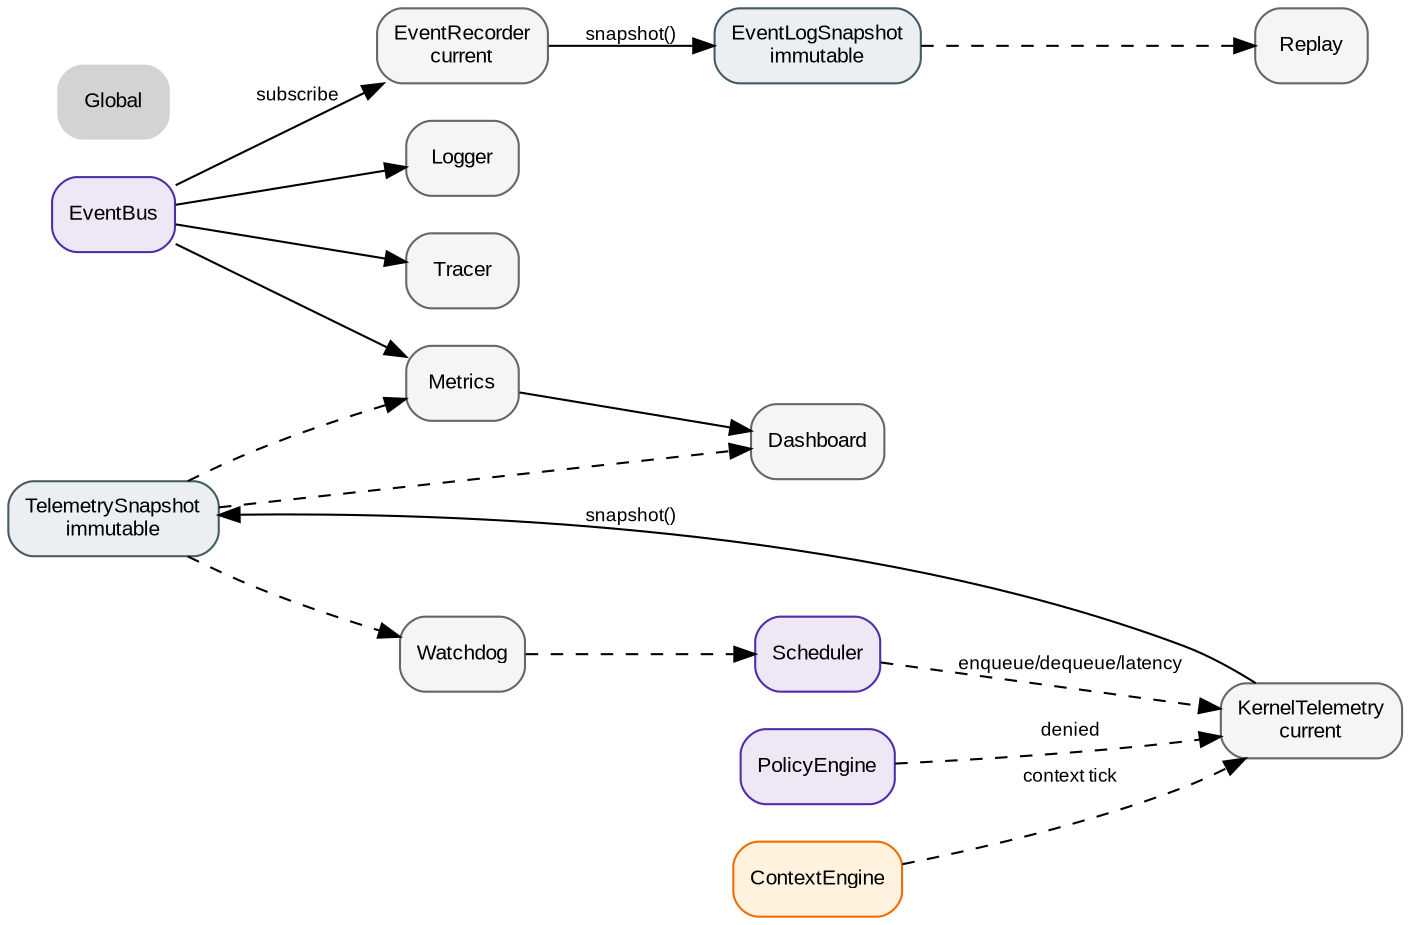
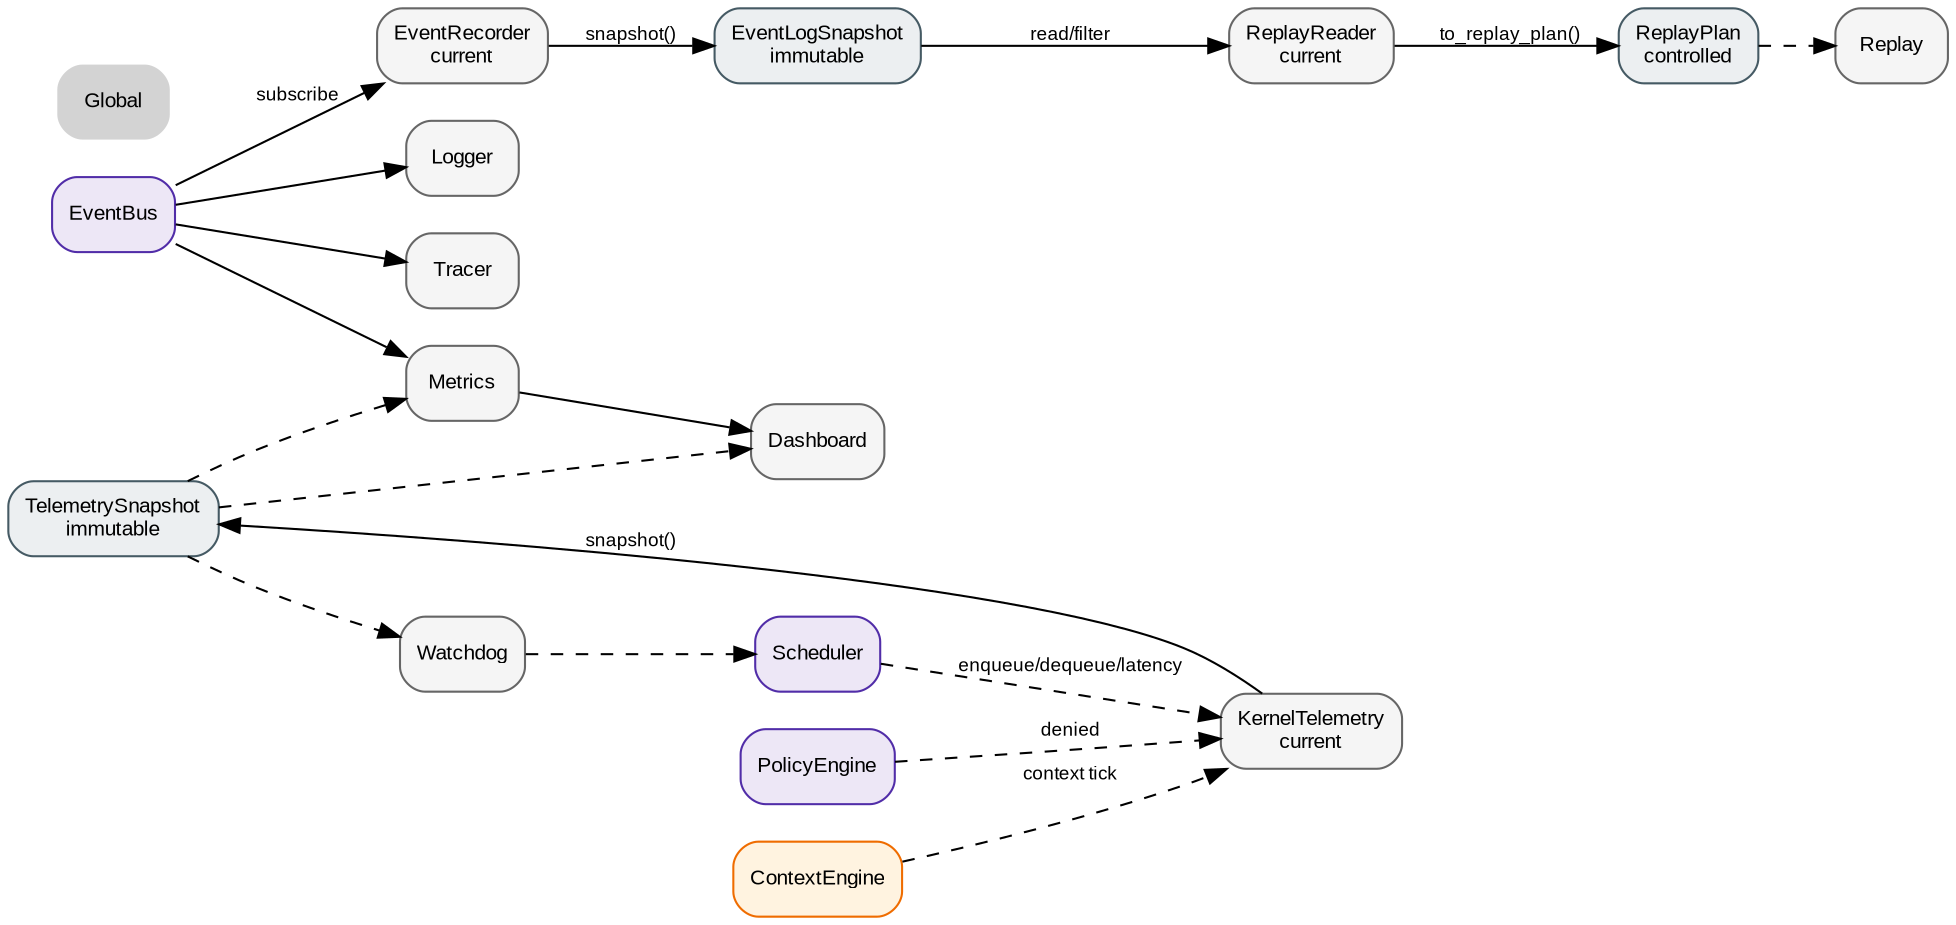
digraph Observability {
    rankdir=LR;
    node [shape=box, style="rounded,filled", fontname="Arial", fontsize=10];
    edge [fontname="Arial", fontsize=9];

-     // ROADMAP_NOTE[phase1_8]:
+     // ROADMAP_NOTE[phase1_9]:
    // KernelTelemetry mesure les invariants kernel.
    // EventRecorder observe l'EventBus et produit un EventLogSnapshot.
-     // Les deux restent passifs : aucune commande, aucune publication métier.
+     // ReplayReader lit/filtre ce snapshot et produit un ReplayPlan contrôlé.
+     // Recorder et reader restent passifs : aucune commande, aucune publication métier.

    EventBus [fillcolor="#ede7f6", color="#512da8", URL="../scheduler/10_scheduler.svg"];
    Scheduler [fillcolor="#ede7f6", color="#512da8", URL="../scheduler/10_scheduler.svg"];
    PolicyEngine [fillcolor="#ede7f6", color="#512da8", URL="../scheduler/10_scheduler.svg"];
    ContextEngine [fillcolor="#fff3e0", color="#ef6c00", URL="../context/20_context.svg"];
    KernelTelemetry [label="KernelTelemetry
current", fillcolor="#f5f5f5", color="#666666"];
    EventRecorder [label="EventRecorder
current", fillcolor="#f5f5f5", color="#666666"];
    EventLog [label="EventLogSnapshot
immutable", fillcolor="#eceff1", color="#455a64"];
+     ReplayReader [label="ReplayReader
+ current", fillcolor="#f5f5f5", color="#666666"];
+     ReplayPlan [label="ReplayPlan
+ controlled", fillcolor="#eceff1", color="#455a64"];
    Snapshot [label="TelemetrySnapshot
immutable", fillcolor="#eceff1", color="#455a64"];
    Logger [fillcolor="#f5f5f5", color="#666666"];
    Metrics [fillcolor="#f5f5f5", color="#666666"];
    Replay [fillcolor="#f5f5f5", color="#666666"];
    Dashboard [fillcolor="#f5f5f5", color="#666666"];
    Watchdog [fillcolor="#f5f5f5", color="#666666"];
    Tracer [fillcolor="#f5f5f5", color="#666666"];

    Scheduler -> KernelTelemetry [style=dashed, label="enqueue/dequeue/latency"];
    PolicyEngine -> KernelTelemetry [style=dashed, label="denied"];
    ContextEngine -> KernelTelemetry [style=dashed, label="context tick"];
    KernelTelemetry -> Snapshot [label="snapshot()"];
    Snapshot -> Metrics [style=dashed];
    Snapshot -> Dashboard [style=dashed];
    Snapshot -> Watchdog [style=dashed];

    EventBus -> Logger;
    EventBus -> Metrics;
    EventBus -> EventRecorder [label="subscribe"];
    EventRecorder -> EventLog [label="snapshot()"];
-     EventLog -> Replay [style=dashed];
+     EventLog -> ReplayReader [label="read/filter"];
+     ReplayReader -> ReplayPlan [label="to_replay_plan()"];
+     ReplayPlan -> Replay [style=dashed];
    Metrics -> Dashboard;
    EventBus -> Tracer;
    Watchdog -> Scheduler [style=dashed];

    Nav_Global [label="Global", shape=plaintext, URL="../00_global.svg"];
}
